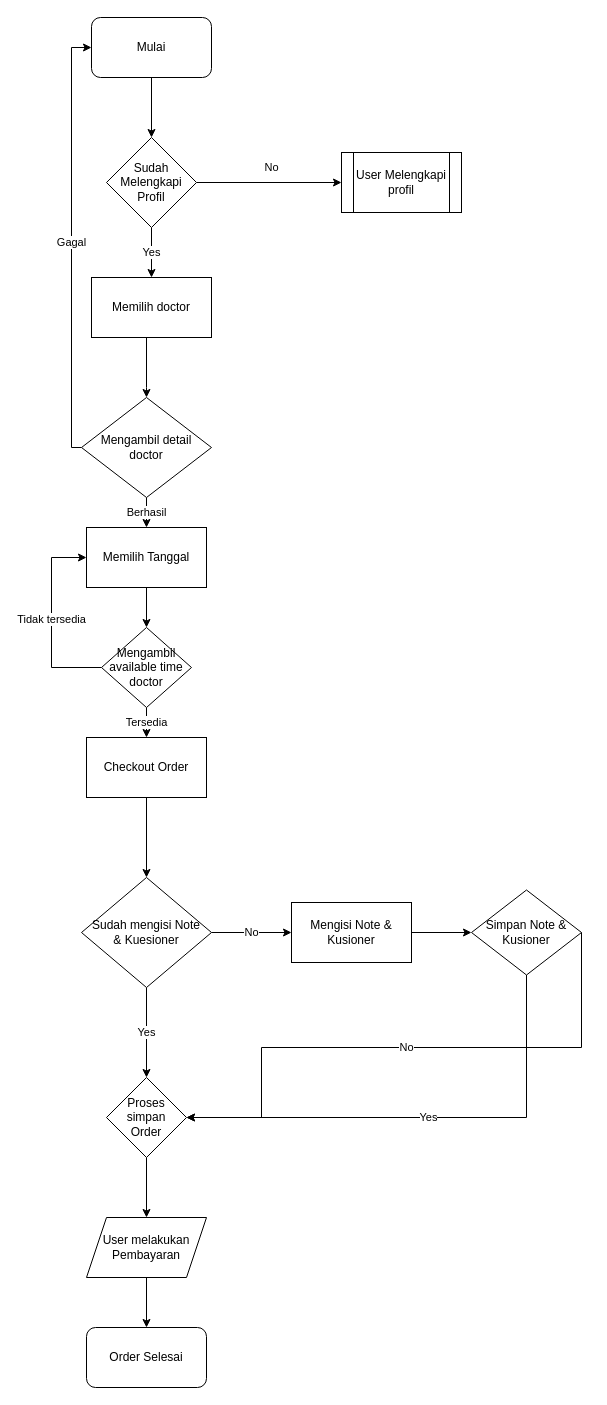
Above: page "Order" (2 of 2) of Untitled Diagram.drawio in triandamai/cexup-docs (draw.io), before the change. Source tidied: cells renumbered, new cells numbered last; positions are measured from the earlier drawing's top-left corner, leaving out a move shared by most shapes. Both pictures are drawn from the tidied source at 100%, with x=0, y=0 at pixel (51, 17).
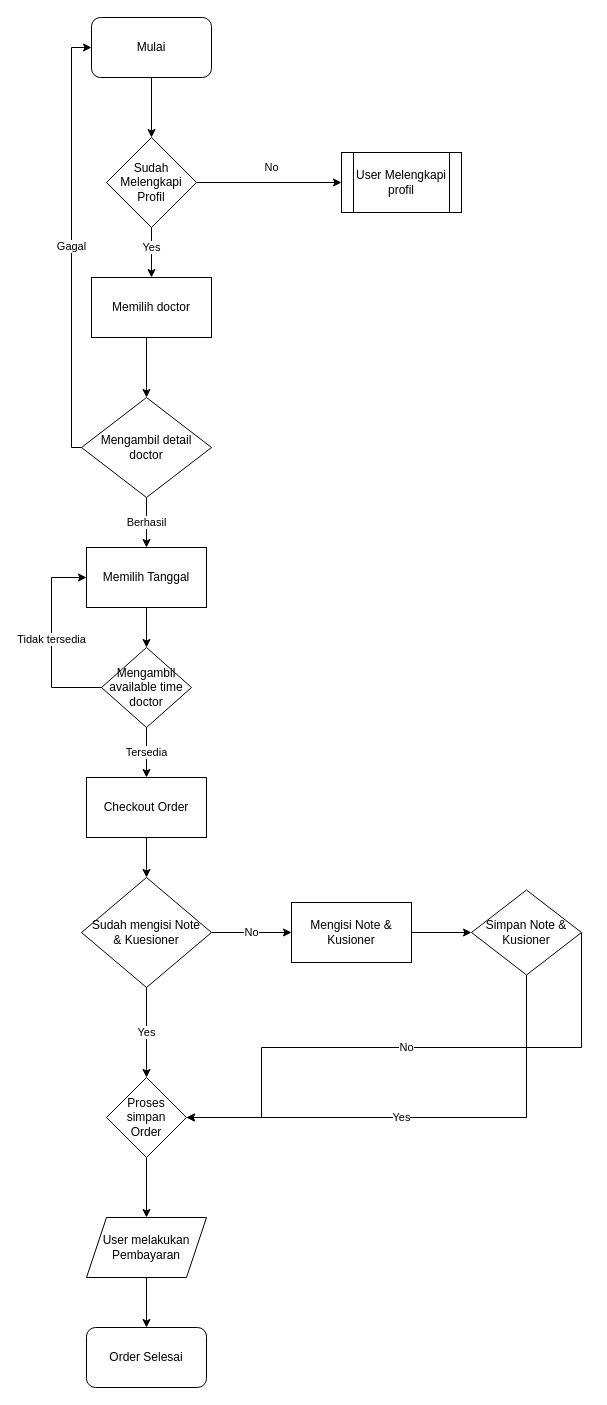
After the change.

The change refers to these unchanged cells:
```xml
<mxCell id="3" value="Mulai" style="rounded=1;whiteSpace=wrap;html=1;fontColor=default;" parent="1" vertex="1">
  <mxGeometry x="40" width="120" height="60" as="geometry" />
</mxCell>
<mxCell id="6" value="Sudah Melengkapi Profil" style="rhombus;whiteSpace=wrap;html=1;rounded=0;fontColor=default;" parent="1" vertex="1">
  <mxGeometry x="55" y="120" width="90" height="90" as="geometry" />
</mxCell>
<mxCell id="9" value="Memilih doctor" style="rounded=0;whiteSpace=wrap;html=1;fontColor=default;" parent="1" vertex="1">
  <mxGeometry x="40" y="260" width="120" height="60" as="geometry" />
</mxCell>
<mxCell id="14" value="&lt;div&gt;Mengambil detail&lt;/div&gt;&lt;div&gt;doctor&lt;/div&gt;" style="rhombus;whiteSpace=wrap;html=1;rounded=0;fontColor=default;" parent="1" vertex="1">
  <mxGeometry x="30" y="380" width="130" height="100" as="geometry" />
</mxCell>
<mxCell id="26" value="&lt;div&gt;Proses&lt;/div&gt;&lt;div&gt;simpan &lt;br&gt;&lt;/div&gt;&lt;div&gt;Order&lt;/div&gt;" style="rhombus;whiteSpace=wrap;html=1;rounded=0;fontColor=default;" parent="1" vertex="1">
  <mxGeometry x="55" y="1060" width="80" height="80" as="geometry" />
</mxCell>
<mxCell id="29" value="Simpan Note &amp;amp; Kusioner" style="rhombus;whiteSpace=wrap;html=1;rounded=0;fontColor=default;" parent="1" vertex="1">
  <mxGeometry x="420" y="872.5" width="110" height="85" as="geometry" />
</mxCell>
```

What changed in the source:
```diff
@@
     <mxCell id="5" value="Yes" style="edgeStyle=orthogonalEdgeStyle;rounded=0;jettySize=auto;html=1;entryX=0.5;entryY=0;entryDx=0;entryDy=0;labelBackgroundColor=default;fontColor=default;" parent="1" edge="1" source="6" target="9">
-      <mxGeometry relative="1" as="geometry" />
+      <mxGeometry x="-0.2" relative="1" as="geometry" />
     </mxCell>
@@
     <mxCell id="11" value="Memilih Tanggal" style="rounded=0;whiteSpace=wrap;html=1;fontColor=default;" parent="1" vertex="1">
-      <mxGeometry x="35" y="510" width="120" height="60" as="geometry" />
+      <mxGeometry x="35" y="530" width="120" height="60" as="geometry" />
     </mxCell>
     <mxCell id="12" value="Gagal" style="edgeStyle=orthogonalEdgeStyle;rounded=0;jettySize=auto;html=1;entryX=0;entryY=0.5;entryDx=0;entryDy=0;labelBackgroundColor=default;fontColor=default;exitX=0;exitY=0.5;exitDx=0;exitDy=0;" parent="1" edge="1" source="14" target="3">
-      <mxGeometry relative="1" as="geometry">
+      <mxGeometry x="-0.02" relative="1" as="geometry">
         <Array as="points">
           <mxPoint x="20" y="430" />
           <mxPoint x="20" y="30" />
         </Array>
       </mxGeometry>
     </mxCell>
@@
-    <mxCell id="15" value="Tidak tersedia" style="edgeStyle=orthogonalEdgeStyle;rounded=0;jettySize=auto;html=1;entryX=0;entryY=0.5;entryDx=0;entryDy=0;labelBackgroundColor=default;fontColor=default;" parent="1" edge="1" target="11">
+    <mxCell id="15" value="Tidak tersedia" style="edgeStyle=orthogonalEdgeStyle;rounded=0;jettySize=auto;html=1;entryX=0;entryY=0.5;entryDx=0;entryDy=0;labelBackgroundColor=default;fontColor=default;exitX=0;exitY=0.5;exitDx=0;exitDy=0;" parent="1" edge="1" source="17" target="11">
       <mxGeometry relative="1" as="geometry">
-        <mxPoint x="50" y="650" as="sourcePoint" />
         <Array as="points">
-          <mxPoint y="650" />
-          <mxPoint y="540" />
+          <mxPoint y="670" />
+          <mxPoint y="560" />
         </Array>
       </mxGeometry>
     </mxCell>
@@
     <mxCell id="17" value="Mengambil &lt;br&gt;&lt;div&gt;available time&lt;/div&gt;&lt;div&gt;doctor&lt;br&gt;&lt;/div&gt;" style="rhombus;whiteSpace=wrap;html=1;rounded=0;fontColor=default;" parent="1" vertex="1">
-      <mxGeometry x="50" y="610" width="90" height="80" as="geometry" />
+      <mxGeometry x="50" y="630" width="90" height="80" as="geometry" />
     </mxCell>
@@
     <mxCell id="19" value="Checkout Order" style="rounded=0;whiteSpace=wrap;html=1;fontColor=default;" parent="1" vertex="1">
-      <mxGeometry x="35" y="720" width="120" height="60" as="geometry" />
+      <mxGeometry x="35" y="760" width="120" height="60" as="geometry" />
     </mxCell>
@@
     <mxCell id="27" value="Yes" style="edgeStyle=orthogonalEdgeStyle;rounded=0;jettySize=auto;html=1;entryX=1;entryY=0.5;entryDx=0;entryDy=0;labelBackgroundColor=default;fontColor=default;" parent="1" edge="1" source="29" target="26">
-      <mxGeometry relative="1" as="geometry">
+      <mxGeometry x="0.11" relative="1" as="geometry">
         <Array as="points">
           <mxPoint x="475" y="1100" />
         </Array>
       </mxGeometry>
     </mxCell>
```
